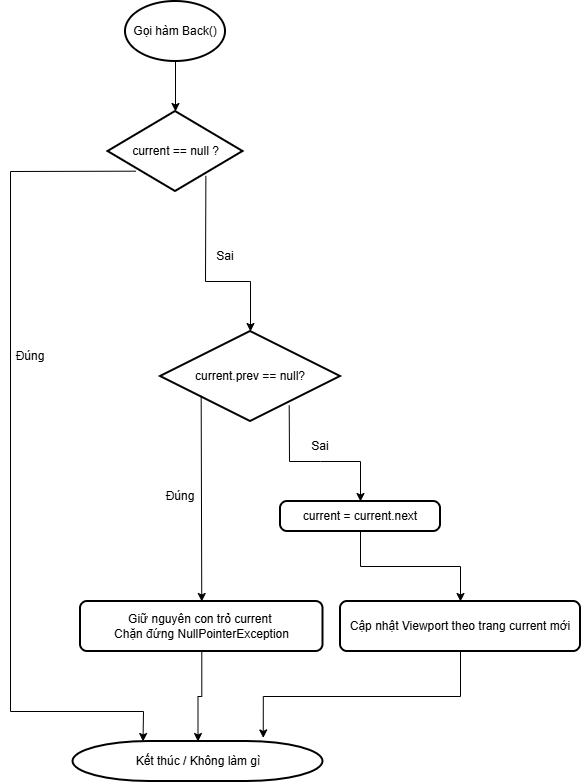
Before: diagrams/Forward_flowchart.png, a diagram exported from draw.io (ngiein26/CSD201-group3). Source tidied: cells renumbered, new cells last; positions are measured from the earlier drawing's top-left corner, leaving out a move shared by most shapes. The source it was exported from:
```xml
<mxGraphModel>
  <root>
    <mxCell id="0" />
    <mxCell id="1" parent="0" />
    <mxCell id="2" value="current == null ?" style="strokeWidth=2;html=1;shape=mxgraph.flowchart.decision;whiteSpace=wrap;" parent="1" vertex="1">
      <mxGeometry x="107.5" y="110" width="135" height="80" as="geometry" />
    </mxCell>
    <mxCell id="3" style="edgeStyle=orthogonalEdgeStyle;rounded=0;jettySize=auto;html=1;" parent="1" edge="1" target="2">
      <mxGeometry relative="1" as="geometry">
        <mxPoint x="175" y="60" as="sourcePoint" />
      </mxGeometry>
    </mxCell>
    <mxCell id="4" style="endArrow=classic;html=1;rounded=0;exitX=0.725;exitY=0.805;exitDx=0;exitDy=0;exitPerimeter=0;entryX=0.5;entryY=0;entryDx=0;entryDy=0;entryPerimeter=0;" parent="1" edge="1" source="2" target="5">
      <mxGeometry relative="1" as="geometry">
        <Array as="points">
          <mxPoint x="205" y="280" />
          <mxPoint x="250" y="280" />
        </Array>
      </mxGeometry>
    </mxCell>
    <mxCell id="5" value="current.prev == null?" style="strokeWidth=2;html=1;shape=mxgraph.flowchart.decision;whiteSpace=wrap;" parent="1" vertex="1">
      <mxGeometry x="160" y="330" width="180" height="90" as="geometry" />
    </mxCell>
    <mxCell id="6" style="endArrow=classic;html=1;rounded=0;exitX=0.205;exitY=0.746;exitDx=0;exitDy=0;exitPerimeter=0;entryX=0.28;entryY=0;entryDx=0;entryDy=0;entryPerimeter=0;" parent="1" edge="1" source="2" target="14">
      <mxGeometry relative="1" as="geometry">
        <Array as="points">
          <mxPoint x="10" y="170" />
          <mxPoint x="10" y="710" />
          <mxPoint x="143" y="710" />
        </Array>
      </mxGeometry>
    </mxCell>
    <mxCell id="7" style="edgeStyle=orthogonalEdgeStyle;rounded=0;jettySize=auto;html=1;" parent="1" edge="1" source="8" target="14">
      <mxGeometry relative="1" as="geometry" />
    </mxCell>
    <mxCell id="8" value="Giữ nguyên con trỏ current&amp;nbsp;&lt;br&gt;Chặn đứng NullPointerException" style="rounded=1;whiteSpace=wrap;html=1;absoluteArcSize=1;arcSize=14;strokeWidth=2;" parent="1" vertex="1">
      <mxGeometry x="80" y="600" width="242.5" height="50" as="geometry" />
    </mxCell>
    <mxCell id="9" style="endArrow=classic;html=1;rounded=0;exitX=0.226;exitY=0.714;exitDx=0;exitDy=0;exitPerimeter=0;entryX=0.5;entryY=0;entryDx=0;entryDy=0;" parent="1" edge="1" source="5" target="8">
      <mxGeometry relative="1" as="geometry" />
    </mxCell>
    <mxCell id="10" style="endArrow=classic;html=1;rounded=0;exitX=0.715;exitY=0.822;exitDx=0;exitDy=0;exitPerimeter=0;" parent="1" edge="1" source="5">
      <mxGeometry relative="1" as="geometry">
        <mxPoint x="360" y="500" as="targetPoint" />
        <Array as="points">
          <mxPoint x="289" y="460" />
          <mxPoint x="320" y="460" />
          <mxPoint x="360" y="460" />
        </Array>
      </mxGeometry>
    </mxCell>
    <mxCell id="11" style="edgeStyle=orthogonalEdgeStyle;rounded=0;jettySize=auto;html=1;" parent="1" edge="1" source="12" target="16">
      <mxGeometry relative="1" as="geometry" />
    </mxCell>
    <mxCell id="12" value="current = current.next" style="rounded=1;whiteSpace=wrap;html=1;absoluteArcSize=1;arcSize=14;strokeWidth=2;" parent="1" vertex="1">
      <mxGeometry x="280" y="500" width="160" height="30" as="geometry" />
    </mxCell>
    <mxCell id="13" value="Gọi hàm Back()" style="strokeWidth=2;html=1;shape=mxgraph.flowchart.start_1;whiteSpace=wrap;" parent="1" vertex="1">
      <mxGeometry x="125" width="100" height="60" as="geometry" />
    </mxCell>
    <mxCell id="14" value="Kết thúc / Không làm gì" style="strokeWidth=2;html=1;shape=mxgraph.flowchart.terminator;whiteSpace=wrap;" parent="1" vertex="1">
      <mxGeometry x="72.5" y="740" width="250" height="40" as="geometry" />
    </mxCell>
    <mxCell id="15" style="edgeStyle=orthogonalEdgeStyle;rounded=0;jettySize=auto;html=1;entryX=0.761;entryY=-0.089;entryDx=0;entryDy=0;entryPerimeter=0;exitX=0.5;exitY=1;exitDx=0;exitDy=0;" parent="1" edge="1" source="16" target="14">
      <mxGeometry relative="1" as="geometry" />
    </mxCell>
    <mxCell id="16" value="Cập nhật Viewport theo trang current mới" style="rounded=1;whiteSpace=wrap;html=1;absoluteArcSize=1;arcSize=14;strokeWidth=2;" parent="1" vertex="1">
      <mxGeometry x="340" y="600" width="240" height="50" as="geometry" />
    </mxCell>
    <mxCell id="17" value="Đúng" style="text;html=1;whiteSpace=wrap;strokeColor=none;fillColor=none;align=center;verticalAlign=middle;rounded=0;" parent="1" vertex="1">
      <mxGeometry x="150" y="480" width="60" height="30" as="geometry" />
    </mxCell>
    <mxCell id="18" value="Đúng" style="text;html=1;whiteSpace=wrap;strokeColor=none;fillColor=none;align=center;verticalAlign=middle;rounded=0;" parent="1" vertex="1">
      <mxGeometry y="340" width="60" height="30" as="geometry" />
    </mxCell>
    <mxCell id="19" value="Sai" style="text;html=1;whiteSpace=wrap;strokeColor=none;fillColor=none;align=center;verticalAlign=middle;rounded=0;" parent="1" vertex="1">
      <mxGeometry x="195" y="240" width="60" height="30" as="geometry" />
    </mxCell>
    <mxCell id="20" value="Sai" style="text;html=1;whiteSpace=wrap;strokeColor=none;fillColor=none;align=center;verticalAlign=middle;rounded=0;" parent="1" vertex="1">
      <mxGeometry x="290" y="430" width="60" height="30" as="geometry" />
    </mxCell>
  </root>
</mxGraphModel>
```
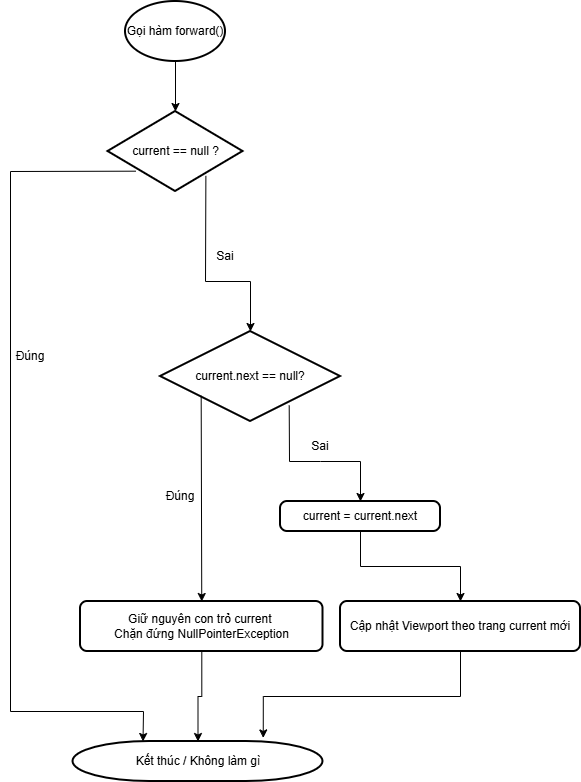
After the change.

Change to the diagram source:
```diff
@@ -18,7 +18,7 @@
         </Array>
       </mxGeometry>
     </mxCell>
-    <mxCell id="5" value="current.prev == null?" style="strokeWidth=2;html=1;shape=mxgraph.flowchart.decision;whiteSpace=wrap;" parent="1" vertex="1">
+    <mxCell id="5" value="current.next == null?" style="strokeWidth=2;html=1;shape=mxgraph.flowchart.decision;whiteSpace=wrap;" parent="1" vertex="1">
       <mxGeometry x="160" y="330" width="180" height="90" as="geometry" />
     </mxCell>
     <mxCell id="6" style="endArrow=classic;html=1;rounded=0;exitX=0.205;exitY=0.746;exitDx=0;exitDy=0;exitPerimeter=0;entryX=0.28;entryY=0;entryDx=0;entryDy=0;entryPerimeter=0;" parent="1" edge="1" source="2" target="14">
@@ -55,7 +55,7 @@
     <mxCell id="12" value="current = current.next" style="rounded=1;whiteSpace=wrap;html=1;absoluteArcSize=1;arcSize=14;strokeWidth=2;" parent="1" vertex="1">
       <mxGeometry x="280" y="500" width="160" height="30" as="geometry" />
     </mxCell>
-    <mxCell id="13" value="Gọi hàm Back()" style="strokeWidth=2;html=1;shape=mxgraph.flowchart.start_1;whiteSpace=wrap;" parent="1" vertex="1">
+    <mxCell id="13" value="Gọi hàm forward()" style="strokeWidth=2;html=1;shape=mxgraph.flowchart.start_1;whiteSpace=wrap;" parent="1" vertex="1">
       <mxGeometry x="125" width="100" height="60" as="geometry" />
     </mxCell>
     <mxCell id="14" value="Kết thúc / Không làm gì" style="strokeWidth=2;html=1;shape=mxgraph.flowchart.terminator;whiteSpace=wrap;" parent="1" vertex="1">
```
